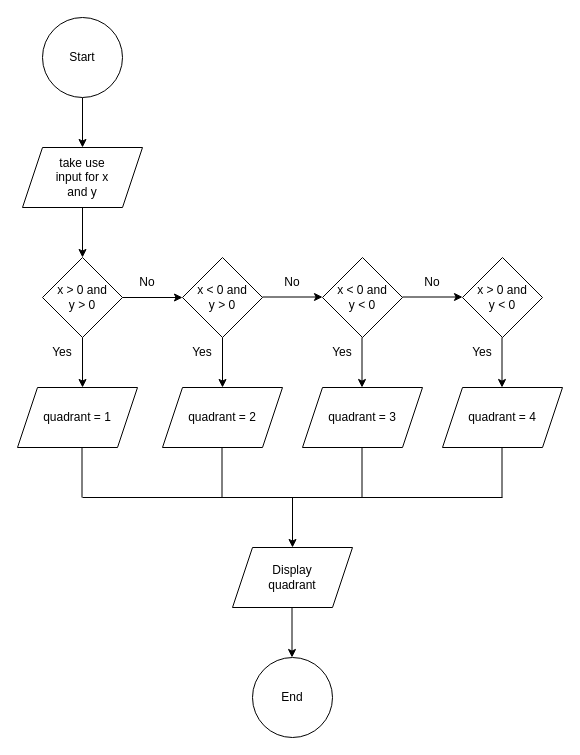
Ventura-CSV/lab-3-4-pamalasomchith keeps this draw.io diagram as .drawio. Above is the earlier version. Source tidied: cells renumbered, new cells numbered last; positions are measured from the earlier drawing's top-left corner, leaving out a move shared by most shapes. Both pictures are drawn from the tidied source at 100%, with x=0, y=0 at pixel (17, 17).
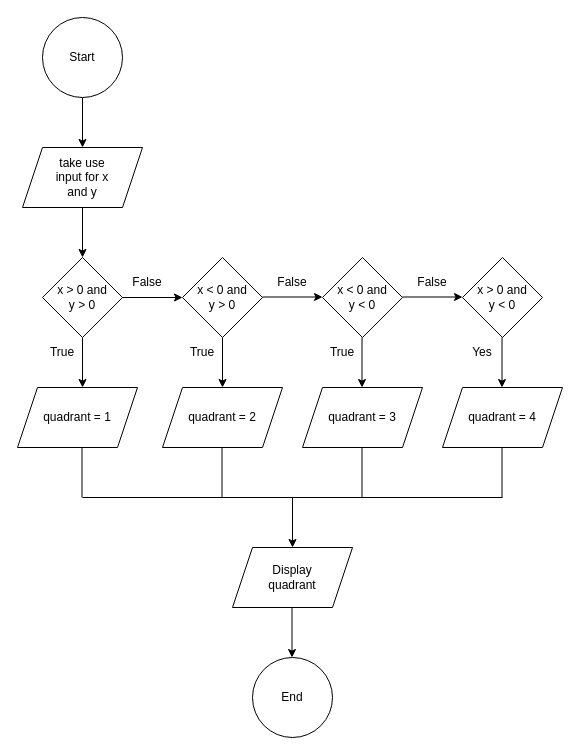
Above is the later version.

Diff of the diagram source:
```diff
@@
-    <mxCell id="42" value="Yes" style="text;html=1;strokeColor=none;fillColor=none;align=center;verticalAlign=middle;whiteSpace=wrap;rounded=0;" parent="1" vertex="1">
+    <mxCell id="42" value="True" style="text;html=1;strokeColor=none;fillColor=none;align=center;verticalAlign=middle;whiteSpace=wrap;rounded=0;" parent="1" vertex="1">
       <mxGeometry x="15" y="320" width="60" height="30" as="geometry" />
     </mxCell>
-    <mxCell id="43" value="No" style="text;html=1;strokeColor=none;fillColor=none;align=center;verticalAlign=middle;whiteSpace=wrap;rounded=0;" parent="1" vertex="1">
+    <mxCell id="43" value="False" style="text;html=1;strokeColor=none;fillColor=none;align=center;verticalAlign=middle;whiteSpace=wrap;rounded=0;" parent="1" vertex="1">
       <mxGeometry x="100" y="250" width="60" height="30" as="geometry" />
     </mxCell>
-    <mxCell id="44" value="No" style="text;html=1;strokeColor=none;fillColor=none;align=center;verticalAlign=middle;whiteSpace=wrap;rounded=0;" parent="1" vertex="1">
+    <mxCell id="44" value="False" style="text;html=1;strokeColor=none;fillColor=none;align=center;verticalAlign=middle;whiteSpace=wrap;rounded=0;" parent="1" vertex="1">
       <mxGeometry x="245" y="250" width="60" height="30" as="geometry" />
     </mxCell>
-    <mxCell id="45" value="No" style="text;html=1;strokeColor=none;fillColor=none;align=center;verticalAlign=middle;whiteSpace=wrap;rounded=0;" parent="1" vertex="1">
+    <mxCell id="45" value="False" style="text;html=1;strokeColor=none;fillColor=none;align=center;verticalAlign=middle;whiteSpace=wrap;rounded=0;" parent="1" vertex="1">
       <mxGeometry x="385" y="250" width="60" height="30" as="geometry" />
     </mxCell>
-    <mxCell id="46" value="Yes" style="text;html=1;strokeColor=none;fillColor=none;align=center;verticalAlign=middle;whiteSpace=wrap;rounded=0;" parent="1" vertex="1">
+    <mxCell id="46" value="True" style="text;html=1;strokeColor=none;fillColor=none;align=center;verticalAlign=middle;whiteSpace=wrap;rounded=0;" parent="1" vertex="1">
       <mxGeometry x="155" y="320" width="60" height="30" as="geometry" />
     </mxCell>
-    <mxCell id="47" value="Yes" style="text;html=1;strokeColor=none;fillColor=none;align=center;verticalAlign=middle;whiteSpace=wrap;rounded=0;" parent="1" vertex="1">
+    <mxCell id="47" value="True" style="text;html=1;strokeColor=none;fillColor=none;align=center;verticalAlign=middle;whiteSpace=wrap;rounded=0;" parent="1" vertex="1">
       <mxGeometry x="295" y="320" width="60" height="30" as="geometry" />
     </mxCell>
```
